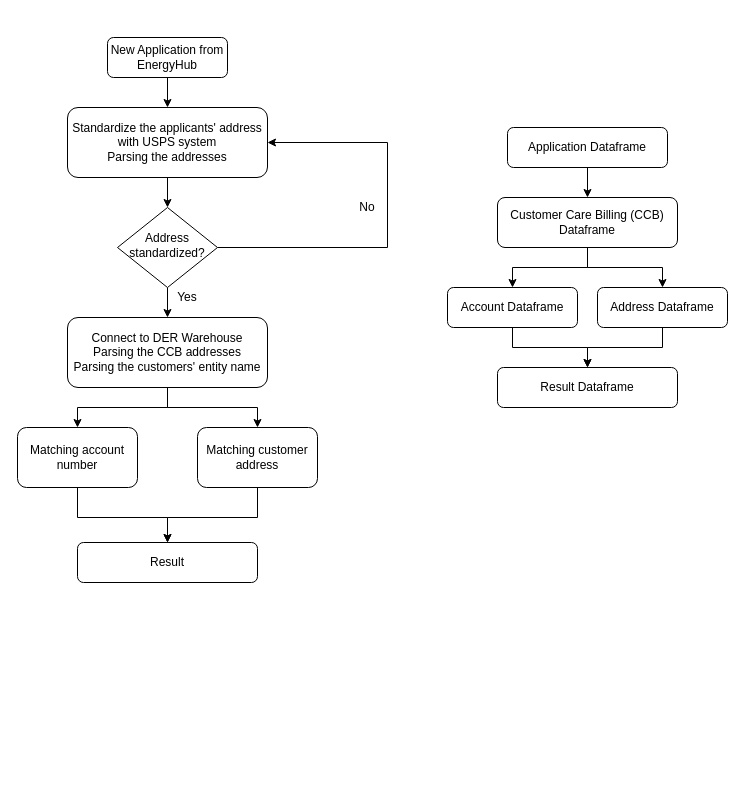
wetseng/diagrams-flowchart keeps this draw.io diagram as Untitled Diagram.drawio. Above is the earlier version. Source tidied: cells renumbered, new cells numbered last; positions are measured from the earlier drawing's top-left corner, leaving out a move shared by most shapes. Both pictures are drawn from the tidied source at 100%, with x=0, y=0 at pixel (17, 37).
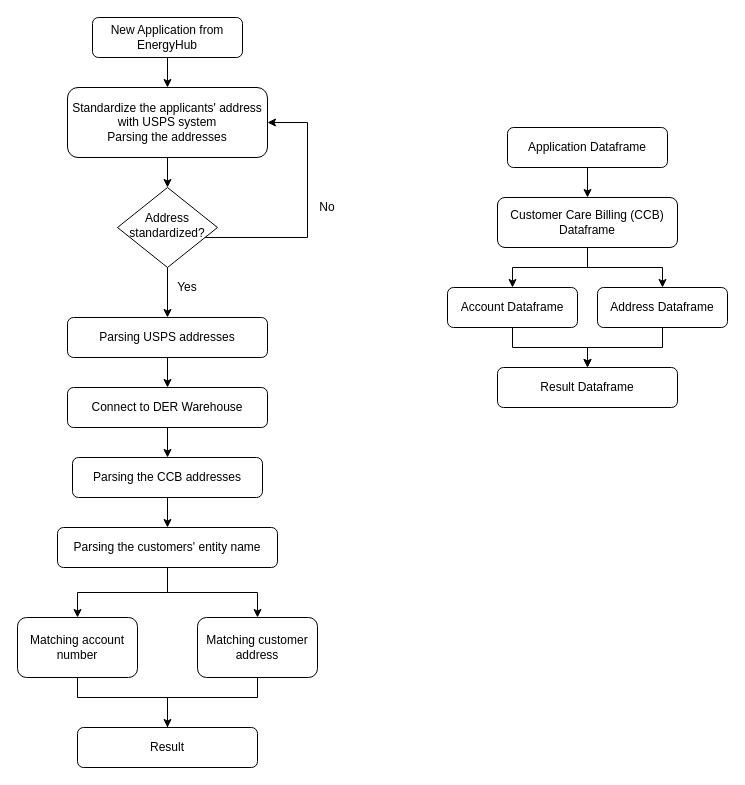
The same page after the edit.

Change to the diagram source:
```diff
@@
     <mxCell id="3" value="New Application from EnergyHub" style="rounded=1;whiteSpace=wrap;html=1;fontSize=12;glass=0;strokeWidth=1;shadow=0;" parent="1" vertex="1">
-      <mxGeometry x="90" width="120" height="40" as="geometry" />
+      <mxGeometry x="75" y="-20" width="150" height="40" as="geometry" />
     </mxCell>
     <mxCell id="4" style="edgeStyle=orthogonalEdgeStyle;rounded=0;jettySize=auto;html=1;entryX=1;entryY=0.5;entryDx=0;entryDy=0;" parent="1" edge="1" source="6" target="8">
       <mxGeometry relative="1" as="geometry">
         <Array as="points">
-          <mxPoint x="370" y="210" />
-          <mxPoint x="370" y="105" />
+          <mxPoint x="290" y="200" />
+          <mxPoint x="290" y="85" />
         </Array>
       </mxGeometry>
     </mxCell>
-    <mxCell id="5" style="edgeStyle=orthogonalEdgeStyle;rounded=0;jettySize=auto;html=1;" parent="1" edge="1" source="6" target="12">
-      <mxGeometry relative="1" as="geometry" />
-    </mxCell>
+    <mxCell id="29" style="edgeStyle=orthogonalEdgeStyle;rounded=0;jettySize=auto;html=1;entryX=0.5;entryY=0;entryDx=0;entryDy=0;" parent="1" edge="1" source="6" target="37">
+      <mxGeometry relative="1" as="geometry" />
+    </mxCell>
     <mxCell id="6" value="Address standardized?" style="rhombus;whiteSpace=wrap;html=1;shadow=0;fontFamily=Helvetica;fontSize=12;align=center;strokeWidth=1;spacing=6;spacingTop=-4;" parent="1" vertex="1">
-      <mxGeometry x="100" y="170" width="100" height="80" as="geometry" />
+      <mxGeometry x="100" y="150" width="100" height="80" as="geometry" />
     </mxCell>
@@
     <mxCell id="8" value="&lt;div&gt;Standardize the applicants' address with USPS system&lt;/div&gt;&lt;div&gt;Parsing the addresses&lt;br&gt;&lt;/div&gt;" style="rounded=1;whiteSpace=wrap;html=1;" parent="1" vertex="1">
-      <mxGeometry x="50" y="70" width="200" height="70" as="geometry" />
+      <mxGeometry x="50" y="50" width="200" height="70" as="geometry" />
     </mxCell>
     <mxCell id="9" value="No" style="text;html=1;strokeColor=none;fillColor=none;align=center;verticalAlign=middle;whiteSpace=wrap;rounded=0;" parent="1" vertex="1">
-      <mxGeometry x="330" y="160" width="40" height="20" as="geometry" />
+      <mxGeometry x="290" y="160" width="40" height="20" as="geometry" />
     </mxCell>
-    <mxCell id="10" style="edgeStyle=orthogonalEdgeStyle;rounded=0;jettySize=auto;html=1;" parent="1" edge="1" source="12" target="15">
-      <mxGeometry relative="1" as="geometry" />
-    </mxCell>
-    <mxCell id="11" style="edgeStyle=orthogonalEdgeStyle;rounded=0;jettySize=auto;html=1;" parent="1" edge="1" source="12" target="17">
-      <mxGeometry relative="1" as="geometry" />
-    </mxCell>
+    <mxCell id="30" style="edgeStyle=orthogonalEdgeStyle;rounded=0;jettySize=auto;html=1;entryX=0.5;entryY=0;entryDx=0;entryDy=0;" parent="1" edge="1" source="12" target="32">
+      <mxGeometry relative="1" as="geometry" />
+    </mxCell>
-    <mxCell id="12" value="&lt;div align=&quot;center&quot;&gt;Connect to DER Warehouse&lt;br&gt;Parsing the CCB addresses&lt;br&gt;Parsing the customers' entity name&lt;/div&gt;" style="rounded=1;whiteSpace=wrap;html=1;align=center;" parent="1" vertex="1">
-      <mxGeometry x="50" y="280" width="200" height="70" as="geometry" />
+    <mxCell id="12" value="&lt;div align=&quot;center&quot;&gt;Connect to DER Warehouse&lt;br&gt;&lt;/div&gt;" style="rounded=1;whiteSpace=wrap;html=1;align=center;" parent="1" vertex="1">
+      <mxGeometry x="50" y="350" width="200" height="40" as="geometry" />
     </mxCell>
     <mxCell id="13" value="Yes" style="text;html=1;strokeColor=none;fillColor=none;align=center;verticalAlign=middle;whiteSpace=wrap;rounded=0;" parent="1" vertex="1">
-      <mxGeometry x="150" y="250" width="40" height="20" as="geometry" />
+      <mxGeometry x="150" y="240" width="40" height="20" as="geometry" />
     </mxCell>
     <mxCell id="14" style="edgeStyle=orthogonalEdgeStyle;rounded=0;jettySize=auto;html=1;entryX=0.5;entryY=0;entryDx=0;entryDy=0;" parent="1" edge="1" source="15" target="28">
       <mxGeometry relative="1" as="geometry">
         <Array as="points">
-          <mxPoint x="60" y="480" />
-          <mxPoint x="150" y="480" />
+          <mxPoint x="60" y="660" />
+          <mxPoint x="150" y="660" />
+          <mxPoint x="150" y="710" />
         </Array>
       </mxGeometry>
     </mxCell>
     <mxCell id="15" value="Matching account number" style="rounded=1;whiteSpace=wrap;html=1;" parent="1" vertex="1">
-      <mxGeometry y="390" width="120" height="60" as="geometry" />
+      <mxGeometry y="580" width="120" height="60" as="geometry" />
     </mxCell>
     <mxCell id="16" style="edgeStyle=orthogonalEdgeStyle;rounded=0;jettySize=auto;html=1;" parent="1" edge="1" source="17" target="28">
       <mxGeometry relative="1" as="geometry">
         <Array as="points">
-          <mxPoint x="240" y="480" />
-          <mxPoint x="150" y="480" />
+          <mxPoint x="240" y="660" />
+          <mxPoint x="150" y="660" />
         </Array>
       </mxGeometry>
     </mxCell>
     <mxCell id="17" value="Matching customer address" style="rounded=1;whiteSpace=wrap;html=1;" parent="1" vertex="1">
-      <mxGeometry x="180" y="390" width="120" height="60" as="geometry" />
+      <mxGeometry x="180" y="580" width="120" height="60" as="geometry" />
     </mxCell>
@@
     <mxCell id="28" value="Result " style="rounded=1;whiteSpace=wrap;html=1;" parent="1" vertex="1">
-      <mxGeometry x="60" y="505" width="180" height="40" as="geometry" />
+      <mxGeometry x="60" y="690" width="180" height="40" as="geometry" />
     </mxCell>
+    <mxCell id="31" style="edgeStyle=orthogonalEdgeStyle;rounded=0;jettySize=auto;html=1;" parent="1" edge="1" source="32" target="35">
+      <mxGeometry relative="1" as="geometry" />
+    </mxCell>
+    <mxCell id="32" value="Parsing the CCB addresses" style="rounded=1;whiteSpace=wrap;html=1;" parent="1" vertex="1">
+      <mxGeometry x="55" y="420" width="190" height="40" as="geometry" />
+    </mxCell>
+    <mxCell id="33" style="edgeStyle=orthogonalEdgeStyle;rounded=0;jettySize=auto;html=1;" parent="1" edge="1" source="35" target="15">
+      <mxGeometry relative="1" as="geometry" />
+    </mxCell>
+    <mxCell id="34" style="edgeStyle=orthogonalEdgeStyle;rounded=0;jettySize=auto;html=1;" parent="1" edge="1" source="35" target="17">
+      <mxGeometry relative="1" as="geometry" />
+    </mxCell>
+    <mxCell id="35" value="Parsing the customers' entity name" style="rounded=1;whiteSpace=wrap;html=1;" parent="1" vertex="1">
+      <mxGeometry x="40" y="490" width="220" height="40" as="geometry" />
+    </mxCell>
+    <mxCell id="36" style="edgeStyle=orthogonalEdgeStyle;rounded=0;jettySize=auto;html=1;entryX=0.5;entryY=0;entryDx=0;entryDy=0;" parent="1" edge="1" source="37" target="12">
+      <mxGeometry relative="1" as="geometry" />
+    </mxCell>
+    <mxCell id="37" value="Parsing USPS addresses" style="rounded=1;whiteSpace=wrap;html=1;" parent="1" vertex="1">
+      <mxGeometry x="50" y="280" width="200" height="40" as="geometry" />
+    </mxCell>
```
